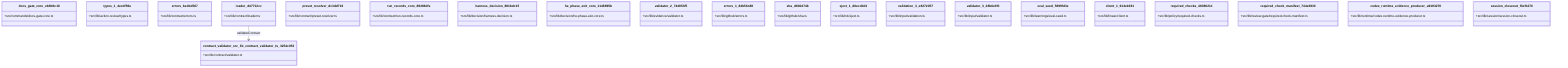
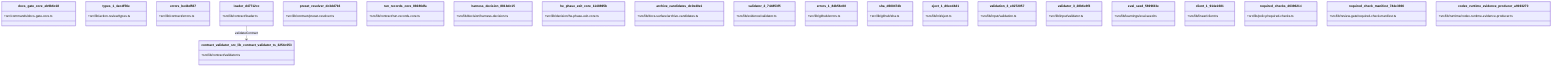
classDiagram
  class docs_gate_core_eb9b6c18 {
    +src/commands/docs-gate-core.ts
  }
  class types_1_4ecdf56e {
    +src/lib/action-review/types.ts
  }
  class errors_be4bd567 {
    +src/lib/contract/errors.ts
  }
  class loader_d47712cc {
    +src/lib/contract/loader.ts
  }
  class preset_resolver_dc3dd716 {
    +src/lib/contract/preset-resolver.ts
  }
  class run_records_core_89286dfa {
    +src/lib/contract/run-records-core.ts
  }
  class harness_decision_881bdc15 {
    +src/lib/decision/harness-decision.ts
  }
  class he_phase_exit_core_1148895b {
    +src/lib/decision/he-phase-exit-core.ts
+   }
+   class archive_candidates_dc0e40e1 {
+     +src/lib/docs-surface/archive-candidates.ts
  }
  class validator_2_744853f5 {
    +src/lib/evidence/validator.ts
  }
  class errors_1_84b56c88 {
    +src/lib/github/errors.ts
  }
  class sha_d600474b {
    +src/lib/github/sha.ts
  }
  class eject_1_d0ecd4d1 {
    +src/lib/init/eject.ts
  }
  class validation_3_e8272057 {
    +src/lib/input/validation.ts
  }
  class validator_3_28b6e9f3 {
    +src/lib/input/validator.ts
  }
  class eval_seed_5699fd3e {
    +src/lib/learnings/eval-seed.ts
  }
  class client_1_914e1681 {
    +src/lib/linear/client.ts
  }
  class required_checks_46396214 {
    +src/lib/policy/required-checks.ts
  }
  class required_check_manifest_744e3936 {
    +src/lib/review-gate/required-check-manifest.ts
  }
  class codex_runtime_evidence_producer_a9193270 {
    +src/lib/runtime/codex-runtime-evidence-producer.ts
  }
-   class session_closeout_f3efb270 {
-     +src/lib/session/session-closeout.ts
-   }
  class contract_validator_src_lib_contract_validator_ts_3254c053 {
    +src/lib/contract/validator.ts
  }
  loader_d47712cc --> contract_validator_src_lib_contract_validator_ts_3254c053 : validateContract
